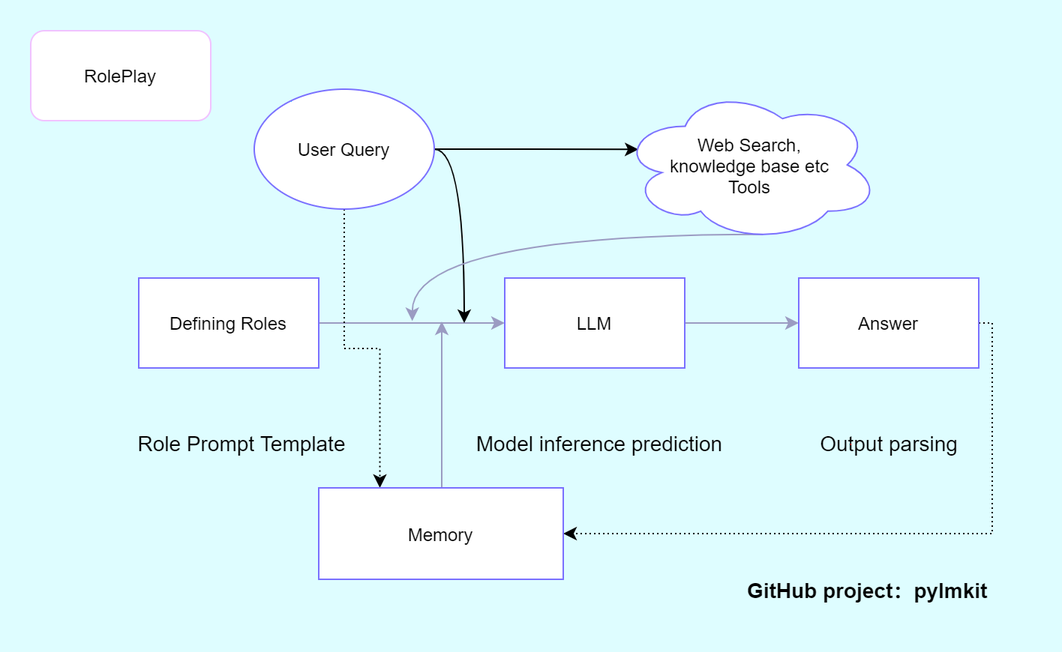
xiaozhi-agent/pylmkit keeps this draw.io diagram as docs/images/RolePlay.png. Above is the earlier version. Source tidied: cells renumbered, new cells last; positions are measured from the earlier drawing's top-left corner, leaving out a move shared by most shapes. Source of this version:
```xml
<mxGraphModel background="#DEFDFF" math="1">
  <root>
    <mxCell id="0" />
    <mxCell id="1" parent="0" />
    <mxCell id="2" value="RolePlay" style="rounded=1;whiteSpace=wrap;html=1;strokeWidth=1;strokeColor=#F1C2FF;" parent="1" vertex="1">
      <mxGeometry width="120" height="60" as="geometry" />
    </mxCell>
    <mxCell id="3" style="edgeStyle=orthogonalEdgeStyle;rounded=0;jettySize=auto;html=1;entryX=0;entryY=0.5;entryDx=0;entryDy=0;strokeWidth=1;strokeColor=#9B9BC2;" parent="1" edge="1" source="4" target="6">
      <mxGeometry relative="1" as="geometry" />
    </mxCell>
    <mxCell id="4" value="Defining Roles&lt;br&gt;" style="rounded=0;whiteSpace=wrap;html=1;strokeWidth=1;strokeColor=#7A70FF;" parent="1" vertex="1">
      <mxGeometry x="72" y="165" width="120" height="60" as="geometry" />
    </mxCell>
    <mxCell id="5" style="edgeStyle=orthogonalEdgeStyle;rounded=0;jettySize=auto;html=1;entryX=0;entryY=0.5;entryDx=0;entryDy=0;strokeWidth=1;strokeColor=#9B9BC2;" parent="1" edge="1" source="6" target="8">
      <mxGeometry relative="1" as="geometry" />
    </mxCell>
    <mxCell id="6" value="LLM" style="rounded=0;whiteSpace=wrap;html=1;strokeWidth=1;strokeColor=#7A70FF;" parent="1" vertex="1">
      <mxGeometry x="316" y="165" width="120" height="60" as="geometry" />
    </mxCell>
    <mxCell id="7" style="edgeStyle=orthogonalEdgeStyle;rounded=0;jettySize=auto;html=1;entryX=1;entryY=0.5;entryDx=0;entryDy=0;strokeWidth=1;dashed=1;dashPattern=1 2;" parent="1" edge="1" source="8" target="17">
      <mxGeometry relative="1" as="geometry">
        <Array as="points">
          <mxPoint x="641" y="195" />
          <mxPoint x="641" y="336" />
        </Array>
      </mxGeometry>
    </mxCell>
    <mxCell id="8" value="Answer" style="rounded=0;whiteSpace=wrap;html=1;strokeWidth=1;strokeColor=#7A70FF;" parent="1" vertex="1">
      <mxGeometry x="512" y="165" width="120" height="60" as="geometry" />
    </mxCell>
    <mxCell id="9" style="edgeStyle=orthogonalEdgeStyle;rounded=0;jettySize=auto;html=1;strokeWidth=1;entryX=0.25;entryY=0;entryDx=0;entryDy=0;dashed=1;dashPattern=1 2;" parent="1" edge="1" source="12" target="17">
      <mxGeometry relative="1" as="geometry" />
    </mxCell>
    <mxCell id="10" style="edgeStyle=orthogonalEdgeStyle;rounded=0;jettySize=auto;html=1;entryX=0.07;entryY=0.4;entryDx=0;entryDy=0;entryPerimeter=0;strokeWidth=1;" parent="1" edge="1" source="12" target="19">
      <mxGeometry relative="1" as="geometry" />
    </mxCell>
    <mxCell id="11" style="edgeStyle=orthogonalEdgeStyle;rounded=0;jettySize=auto;html=1;strokeWidth=1;curved=1;" parent="1" edge="1" source="12">
      <mxGeometry relative="1" as="geometry">
        <mxPoint x="289" y="195" as="targetPoint" />
      </mxGeometry>
    </mxCell>
    <mxCell id="12" value="&lt;span&gt;User Query&lt;/span&gt;" style="ellipse;whiteSpace=wrap;html=1;strokeWidth=1;strokeColor=#7A70FF;" parent="1" vertex="1">
      <mxGeometry x="149" y="39" width="120" height="80" as="geometry" />
    </mxCell>
    <mxCell id="13" value="Role Prompt Template" style="text;html=1;strokeColor=none;fillColor=none;align=center;verticalAlign=middle;whiteSpace=wrap;rounded=0;fontSize=14;" parent="1" vertex="1">
      <mxGeometry x="61" y="245" width="160" height="60" as="geometry" />
    </mxCell>
    <mxCell id="14" value="Model inference prediction" style="text;html=1;strokeColor=none;fillColor=none;align=center;verticalAlign=middle;whiteSpace=wrap;rounded=0;fontSize=14;" parent="1" vertex="1">
      <mxGeometry x="285" y="245" width="189" height="60" as="geometry" />
    </mxCell>
    <mxCell id="15" value="Output parsing" style="text;html=1;strokeColor=none;fillColor=none;align=center;verticalAlign=middle;whiteSpace=wrap;rounded=0;fontSize=14;" parent="1" vertex="1">
      <mxGeometry x="477.5" y="245" width="189" height="60" as="geometry" />
    </mxCell>
    <mxCell id="16" style="edgeStyle=orthogonalEdgeStyle;rounded=0;jettySize=auto;html=1;strokeWidth=1;strokeColor=#9B9BC2;" parent="1" edge="1" source="17">
      <mxGeometry relative="1" as="geometry">
        <mxPoint x="274" y="194" as="targetPoint" />
        <Array as="points">
          <mxPoint x="274" y="200" />
        </Array>
      </mxGeometry>
    </mxCell>
    <mxCell id="17" value="Memory" style="rounded=0;whiteSpace=wrap;html=1;strokeWidth=1;strokeColor=#7A70FF;" parent="1" vertex="1">
      <mxGeometry x="192" y="305" width="163" height="61" as="geometry" />
    </mxCell>
    <mxCell id="18" style="edgeStyle=orthogonalEdgeStyle;rounded=0;jettySize=auto;html=1;exitX=0.55;exitY=0.95;exitDx=0;exitDy=0;exitPerimeter=0;strokeWidth=1;curved=1;strokeColor=#9B9BC2;" parent="1" edge="1" source="19">
      <mxGeometry relative="1" as="geometry">
        <mxPoint x="254.3" y="193.7" as="targetPoint" />
      </mxGeometry>
    </mxCell>
    <mxCell id="19" value="Web Search,&lt;br&gt;knowledge base etc&lt;br&gt;Tools" style="ellipse;shape=cloud;whiteSpace=wrap;html=1;strokeColor=#7A70FF;strokeWidth=1;" parent="1" vertex="1">
      <mxGeometry x="393" y="38" width="173" height="103" as="geometry" />
    </mxCell>
    <mxCell id="20" value="GitHub project：pylmkit&amp;nbsp;" style="text;html=1;strokeColor=none;fillColor=none;align=center;verticalAlign=middle;whiteSpace=wrap;rounded=0;fontStyle=1;fontSize=14;" parent="1" vertex="1">
      <mxGeometry x="471" y="353" width="178" height="40" as="geometry" />
    </mxCell>
  </root>
</mxGraphModel>
```
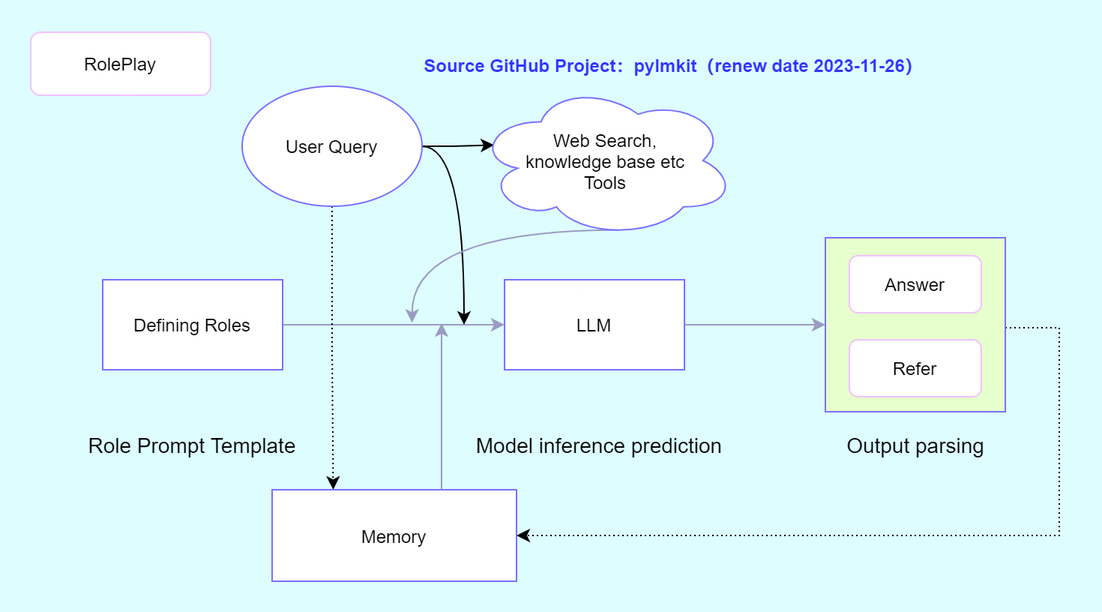
After the change.

Change to the diagram source:
```diff
@@ -3,13 +3,13 @@
     <mxCell id="0" />
     <mxCell id="1" parent="0" />
     <mxCell id="2" value="RolePlay" style="rounded=1;whiteSpace=wrap;html=1;strokeWidth=1;strokeColor=#F1C2FF;" parent="1" vertex="1">
-      <mxGeometry width="120" height="60" as="geometry" />
+      <mxGeometry width="120" height="42" as="geometry" />
     </mxCell>
     <mxCell id="3" style="edgeStyle=orthogonalEdgeStyle;rounded=0;jettySize=auto;html=1;entryX=0;entryY=0.5;entryDx=0;entryDy=0;strokeWidth=1;strokeColor=#9B9BC2;" parent="1" edge="1" source="4" target="6">
       <mxGeometry relative="1" as="geometry" />
     </mxCell>
     <mxCell id="4" value="Defining Roles&lt;br&gt;" style="rounded=0;whiteSpace=wrap;html=1;strokeWidth=1;strokeColor=#7A70FF;" parent="1" vertex="1">
-      <mxGeometry x="72" y="165" width="120" height="60" as="geometry" />
+      <mxGeometry x="48" y="165" width="120" height="60" as="geometry" />
     </mxCell>
     <mxCell id="5" style="edgeStyle=orthogonalEdgeStyle;rounded=0;jettySize=auto;html=1;entryX=0;entryY=0.5;entryDx=0;entryDy=0;strokeWidth=1;strokeColor=#9B9BC2;" parent="1" edge="1" source="6" target="8">
       <mxGeometry relative="1" as="geometry" />
@@ -20,13 +20,13 @@
     <mxCell id="7" style="edgeStyle=orthogonalEdgeStyle;rounded=0;jettySize=auto;html=1;entryX=1;entryY=0.5;entryDx=0;entryDy=0;strokeWidth=1;dashed=1;dashPattern=1 2;" parent="1" edge="1" source="8" target="17">
       <mxGeometry relative="1" as="geometry">
         <Array as="points">
-          <mxPoint x="641" y="195" />
-          <mxPoint x="641" y="336" />
+          <mxPoint x="686" y="197" />
+          <mxPoint x="686" y="336" />
         </Array>
       </mxGeometry>
     </mxCell>
-    <mxCell id="8" value="Answer" style="rounded=0;whiteSpace=wrap;html=1;strokeWidth=1;strokeColor=#7A70FF;" parent="1" vertex="1">
-      <mxGeometry x="512" y="165" width="120" height="60" as="geometry" />
+    <mxCell id="8" style="rounded=0;whiteSpace=wrap;html=1;strokeWidth=1;strokeColor=#7A70FF;fillColor=#E6FFCC;" parent="1" vertex="1">
+      <mxGeometry x="530" y="137" width="120" height="116" as="geometry" />
     </mxCell>
     <mxCell id="9" style="edgeStyle=orthogonalEdgeStyle;rounded=0;jettySize=auto;html=1;strokeWidth=1;entryX=0.25;entryY=0;entryDx=0;entryDy=0;dashed=1;dashPattern=1 2;" parent="1" edge="1" source="12" target="17">
       <mxGeometry relative="1" as="geometry" />
@@ -40,16 +40,16 @@
       </mxGeometry>
     </mxCell>
     <mxCell id="12" value="&lt;span&gt;User Query&lt;/span&gt;" style="ellipse;whiteSpace=wrap;html=1;strokeWidth=1;strokeColor=#7A70FF;" parent="1" vertex="1">
-      <mxGeometry x="149" y="39" width="120" height="80" as="geometry" />
+      <mxGeometry x="141" y="36" width="120" height="80" as="geometry" />
     </mxCell>
     <mxCell id="13" value="Role Prompt Template" style="text;html=1;strokeColor=none;fillColor=none;align=center;verticalAlign=middle;whiteSpace=wrap;rounded=0;fontSize=14;" parent="1" vertex="1">
-      <mxGeometry x="61" y="245" width="160" height="60" as="geometry" />
+      <mxGeometry x="28" y="245" width="160" height="60" as="geometry" />
     </mxCell>
     <mxCell id="14" value="Model inference prediction" style="text;html=1;strokeColor=none;fillColor=none;align=center;verticalAlign=middle;whiteSpace=wrap;rounded=0;fontSize=14;" parent="1" vertex="1">
       <mxGeometry x="285" y="245" width="189" height="60" as="geometry" />
     </mxCell>
     <mxCell id="15" value="Output parsing" style="text;html=1;strokeColor=none;fillColor=none;align=center;verticalAlign=middle;whiteSpace=wrap;rounded=0;fontSize=14;" parent="1" vertex="1">
-      <mxGeometry x="477.5" y="245" width="189" height="60" as="geometry" />
+      <mxGeometry x="495.5" y="245" width="189" height="60" as="geometry" />
     </mxCell>
     <mxCell id="16" style="edgeStyle=orthogonalEdgeStyle;rounded=0;jettySize=auto;html=1;strokeWidth=1;strokeColor=#9B9BC2;" parent="1" edge="1" source="17">
       <mxGeometry relative="1" as="geometry">
@@ -60,7 +60,7 @@
       </mxGeometry>
     </mxCell>
     <mxCell id="17" value="Memory" style="rounded=0;whiteSpace=wrap;html=1;strokeWidth=1;strokeColor=#7A70FF;" parent="1" vertex="1">
-      <mxGeometry x="192" y="305" width="163" height="61" as="geometry" />
+      <mxGeometry x="161" y="305" width="163" height="61" as="geometry" />
     </mxCell>
     <mxCell id="18" style="edgeStyle=orthogonalEdgeStyle;rounded=0;jettySize=auto;html=1;exitX=0.55;exitY=0.95;exitDx=0;exitDy=0;exitPerimeter=0;strokeWidth=1;curved=1;strokeColor=#9B9BC2;" parent="1" edge="1" source="19">
       <mxGeometry relative="1" as="geometry">
@@ -68,10 +68,16 @@
       </mxGeometry>
     </mxCell>
     <mxCell id="19" value="Web Search,&lt;br&gt;knowledge base etc&lt;br&gt;Tools" style="ellipse;shape=cloud;whiteSpace=wrap;html=1;strokeColor=#7A70FF;strokeWidth=1;" parent="1" vertex="1">
-      <mxGeometry x="393" y="38" width="173" height="103" as="geometry" />
+      <mxGeometry x="297" y="34" width="173" height="103" as="geometry" />
     </mxCell>
-    <mxCell id="20" value="GitHub project：pylmkit&amp;nbsp;" style="text;html=1;strokeColor=none;fillColor=none;align=center;verticalAlign=middle;whiteSpace=wrap;rounded=0;fontStyle=1;fontSize=14;" parent="1" vertex="1">
-      <mxGeometry x="471" y="353" width="178" height="40" as="geometry" />
-    </mxCell>
+    <mxCell id="21" value="Source GitHub Project：pylmkit（renew date 2023-11-26）" style="text;html=1;strokeColor=none;fillColor=none;align=center;verticalAlign=middle;whiteSpace=wrap;rounded=0;fontStyle=1;fontColor=#3333FF;" parent="1" vertex="1">
+      <mxGeometry x="247" width="364" height="43.5" as="geometry" />
+    </mxCell>
+    <mxCell id="22" value="&lt;span style=&quot;font-family: &amp;#34;arial&amp;#34;&quot;&gt;Answer&lt;/span&gt;" style="rounded=1;whiteSpace=wrap;html=1;strokeWidth=1;strokeColor=#F1C2FF;" parent="1" vertex="1">
+      <mxGeometry x="546" y="149" width="88" height="38" as="geometry" />
+    </mxCell>
+    <mxCell id="23" value="&lt;span style=&quot;font-family: &amp;#34;arial&amp;#34;&quot;&gt;Refer&lt;/span&gt;" style="rounded=1;whiteSpace=wrap;html=1;strokeWidth=1;strokeColor=#F1C2FF;" parent="1" vertex="1">
+      <mxGeometry x="546" y="205" width="88" height="38" as="geometry" />
+    </mxCell>
   </root>
 </mxGraphModel>
```
